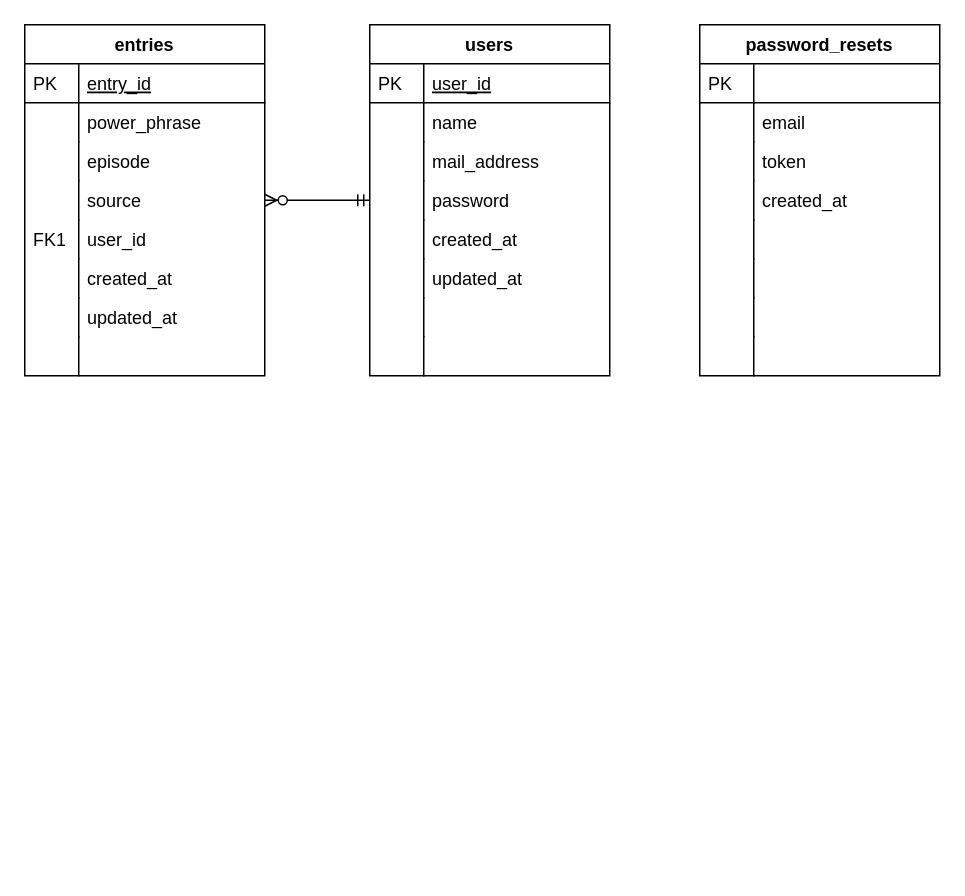
Before: page "ER図" (1 of 2) of power_phrase.drawio in k-kazuya0926/power_phrase, a draw.io diagram. Source tidied: cells renumbered, new cells numbered last; positions are measured from the earlier drawing's top-left corner, leaving out a move shared by most shapes. Both pictures are drawn from the tidied source at 150%, with x=0, y=0 at pixel (24, 24).
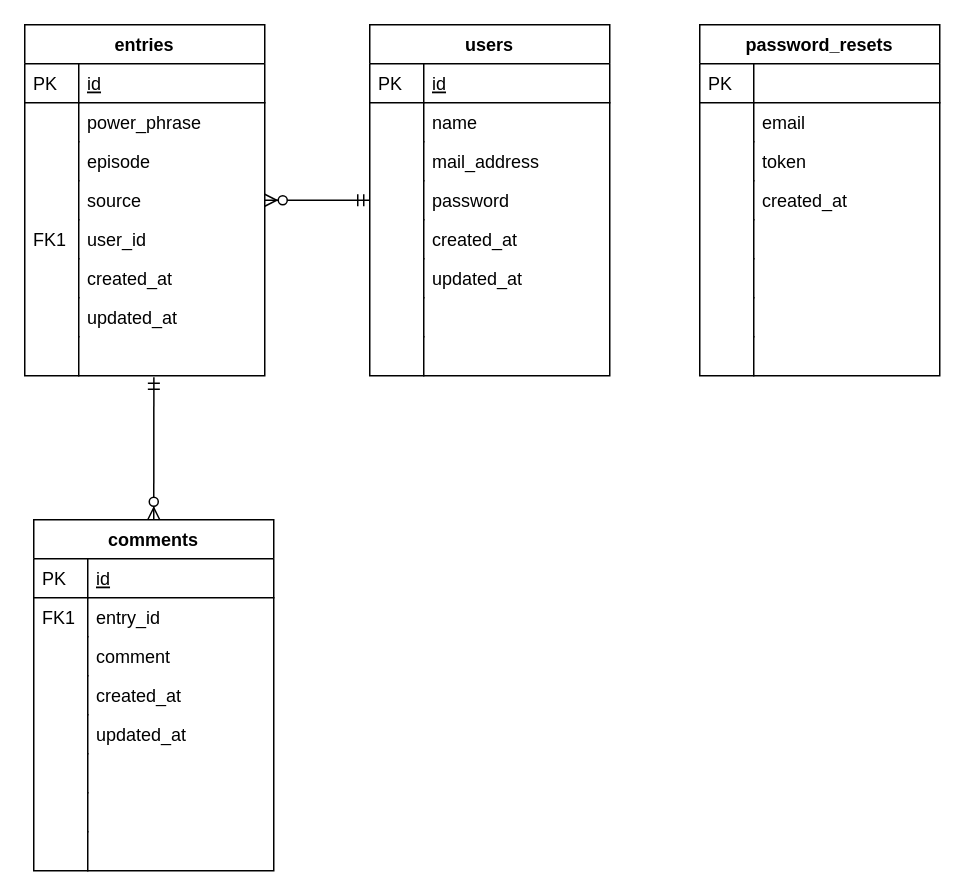
Above is the later version.

The change refers to these unchanged cells:
```xml
<mxCell id="2" value="entries" style="swimlane;fontStyle=1;horizontal=1;startSize=26;rounded=0;shadow=0;strokeWidth=1;" parent="1" vertex="1">
  <mxGeometry width="160" height="234" as="geometry" />
</mxCell>
<mxCell id="17" style="shape=partialRectangle;top=0;left=0;right=0;bottom=0;align=left;verticalAlign=top;fillColor=none;spacingLeft=40;spacingRight=4;overflow=hidden;points=[[0,0.5],[1,0.5]];portConstraint=eastwest;rounded=0;shadow=0;strokeWidth=1;" parent="2" vertex="1">
  <mxGeometry y="208" width="160" height="26" as="geometry" />
</mxCell>
<mxCell id="20" value="users" style="swimlane;fontStyle=1;horizontal=1;startSize=26;rounded=0;shadow=0;strokeWidth=1;" parent="1" vertex="1">
  <mxGeometry x="230" width="160" height="234" as="geometry" />
</mxCell>
```

The edit, as a diff of the source:
```diff
@@
-    <mxCell id="3" value="entry_id" style="shape=partialRectangle;top=0;left=0;right=0;bottom=1;align=left;verticalAlign=top;fillColor=none;spacingLeft=40;spacingRight=4;overflow=hidden;rounded=0;shadow=0;strokeWidth=1;fontStyle=4;" parent="2" vertex="1">
+    <mxCell id="3" value="id" style="shape=partialRectangle;top=0;left=0;right=0;bottom=1;align=left;verticalAlign=top;fillColor=none;spacingLeft=40;spacingRight=4;overflow=hidden;rounded=0;shadow=0;strokeWidth=1;fontStyle=4;" parent="2" vertex="1">
       <mxGeometry y="26" width="160" height="26" as="geometry" />
     </mxCell>
@@
-    <mxCell id="21" value="user_id" style="shape=partialRectangle;top=0;left=0;right=0;bottom=1;align=left;verticalAlign=top;fillColor=none;spacingLeft=40;spacingRight=4;overflow=hidden;rounded=0;shadow=0;strokeWidth=1;fontStyle=4;" parent="20" vertex="1">
+    <mxCell id="21" value="id" style="shape=partialRectangle;top=0;left=0;right=0;bottom=1;align=left;verticalAlign=top;fillColor=none;spacingLeft=40;spacingRight=4;overflow=hidden;rounded=0;shadow=0;strokeWidth=1;fontStyle=4;" parent="20" vertex="1">
       <mxGeometry y="26" width="160" height="26" as="geometry" />
     </mxCell>
@@
+    <mxCell id="54" style="fontSize=12;html=1;endArrow=ERzeroToMany;startArrow=ERmandOne;entryX=0.5;entryY=0;entryDx=0;entryDy=0;exitX=0.538;exitY=1.038;exitDx=0;exitDy=0;exitPerimeter=0;" parent="1" edge="1" source="17" target="55">
+      <mxGeometry relative="1" as="geometry" />
+    </mxCell>
+    <mxCell id="55" value="comments" style="swimlane;fontStyle=1;horizontal=1;startSize=26;rounded=0;shadow=0;strokeWidth=1;" parent="1" vertex="1">
+      <mxGeometry x="6" y="330" width="160" height="234" as="geometry" />
+    </mxCell>
+    <mxCell id="56" value="id" style="shape=partialRectangle;top=0;left=0;right=0;bottom=1;align=left;verticalAlign=top;fillColor=none;spacingLeft=40;spacingRight=4;overflow=hidden;rounded=0;shadow=0;strokeWidth=1;fontStyle=4;" parent="55" vertex="1">
+      <mxGeometry y="26" width="160" height="26" as="geometry" />
+    </mxCell>
+    <mxCell id="57" value="PK" style="shape=partialRectangle;top=0;left=0;bottom=0;fillColor=none;align=left;verticalAlign=top;spacingLeft=4;spacingRight=4;overflow=hidden;" parent="56" vertex="1">
+      <mxGeometry width="36" height="26" as="geometry" />
+    </mxCell>
+    <mxCell id="58" value="entry_id" style="shape=partialRectangle;top=0;left=0;right=0;bottom=0;align=left;verticalAlign=top;fillColor=none;spacingLeft=40;spacingRight=4;overflow=hidden;rounded=0;shadow=0;strokeWidth=1;" parent="55" vertex="1">
+      <mxGeometry y="52" width="160" height="26" as="geometry" />
+    </mxCell>
+    <mxCell id="59" value="FK1" style="shape=partialRectangle;top=0;left=0;bottom=0;fillColor=none;align=left;verticalAlign=top;spacingLeft=4;spacingRight=4;overflow=hidden;" parent="58" vertex="1">
+      <mxGeometry width="36" height="26" as="geometry" />
+    </mxCell>
+    <mxCell id="60" value="comment" style="shape=partialRectangle;top=0;left=0;right=0;bottom=0;align=left;verticalAlign=top;fillColor=none;spacingLeft=40;spacingRight=4;overflow=hidden;rounded=0;shadow=0;strokeWidth=1;" parent="55" vertex="1">
+      <mxGeometry y="78" width="160" height="26" as="geometry" />
+    </mxCell>
+    <mxCell id="61" style="shape=partialRectangle;top=0;left=0;bottom=0;fillColor=none;align=left;verticalAlign=top;spacingLeft=4;spacingRight=4;overflow=hidden;" parent="60" vertex="1">
+      <mxGeometry width="36" height="26" as="geometry" />
+    </mxCell>
+    <mxCell id="62" value="created_at" style="shape=partialRectangle;top=0;left=0;right=0;bottom=0;align=left;verticalAlign=top;fillColor=none;spacingLeft=40;spacingRight=4;overflow=hidden;rounded=0;shadow=0;strokeWidth=1;" parent="55" vertex="1">
+      <mxGeometry y="104" width="160" height="26" as="geometry" />
+    </mxCell>
+    <mxCell id="63" style="shape=partialRectangle;top=0;left=0;bottom=0;fillColor=none;align=left;verticalAlign=top;spacingLeft=4;spacingRight=4;overflow=hidden;" parent="62" vertex="1">
+      <mxGeometry width="36" height="26" as="geometry" />
+    </mxCell>
+    <mxCell id="64" value="updated_at" style="shape=partialRectangle;top=0;left=0;right=0;bottom=0;align=left;verticalAlign=top;fillColor=none;spacingLeft=40;spacingRight=4;overflow=hidden;rounded=0;shadow=0;strokeWidth=1;" parent="55" vertex="1">
+      <mxGeometry y="130" width="160" height="26" as="geometry" />
+    </mxCell>
+    <mxCell id="65" style="shape=partialRectangle;top=0;left=0;bottom=0;fillColor=none;align=left;verticalAlign=top;spacingLeft=4;spacingRight=4;overflow=hidden;" parent="64" vertex="1">
+      <mxGeometry width="36" height="26" as="geometry" />
+    </mxCell>
+    <mxCell id="66" style="shape=partialRectangle;top=0;left=0;right=0;bottom=0;align=left;verticalAlign=top;fillColor=none;spacingLeft=40;spacingRight=4;overflow=hidden;rounded=0;shadow=0;strokeWidth=1;" parent="55" vertex="1">
+      <mxGeometry y="156" width="160" height="26" as="geometry" />
+    </mxCell>
+    <mxCell id="67" style="shape=partialRectangle;top=0;left=0;bottom=0;fillColor=none;align=left;verticalAlign=top;spacingLeft=4;spacingRight=4;overflow=hidden;" parent="66" vertex="1">
+      <mxGeometry width="36" height="26" as="geometry" />
+    </mxCell>
+    <mxCell id="68" style="shape=partialRectangle;top=0;left=0;right=0;bottom=0;align=left;verticalAlign=top;fillColor=none;spacingLeft=40;spacingRight=4;overflow=hidden;rounded=0;shadow=0;strokeWidth=1;" parent="55" vertex="1">
+      <mxGeometry y="182" width="160" height="26" as="geometry" />
+    </mxCell>
+    <mxCell id="69" style="shape=partialRectangle;top=0;left=0;bottom=0;fillColor=none;align=left;verticalAlign=top;spacingLeft=4;spacingRight=4;overflow=hidden;" parent="68" vertex="1">
+      <mxGeometry width="36" height="26" as="geometry" />
+    </mxCell>
+    <mxCell id="70" style="shape=partialRectangle;top=0;left=0;right=0;bottom=0;align=left;verticalAlign=top;fillColor=none;spacingLeft=40;spacingRight=4;overflow=hidden;rounded=0;shadow=0;strokeWidth=1;" parent="55" vertex="1">
+      <mxGeometry y="208" width="160" height="26" as="geometry" />
+    </mxCell>
+    <mxCell id="71" style="shape=partialRectangle;top=0;left=0;bottom=0;fillColor=none;align=left;verticalAlign=top;spacingLeft=4;spacingRight=4;overflow=hidden;" parent="70" vertex="1">
+      <mxGeometry width="36" height="26" as="geometry" />
+    </mxCell>
```
